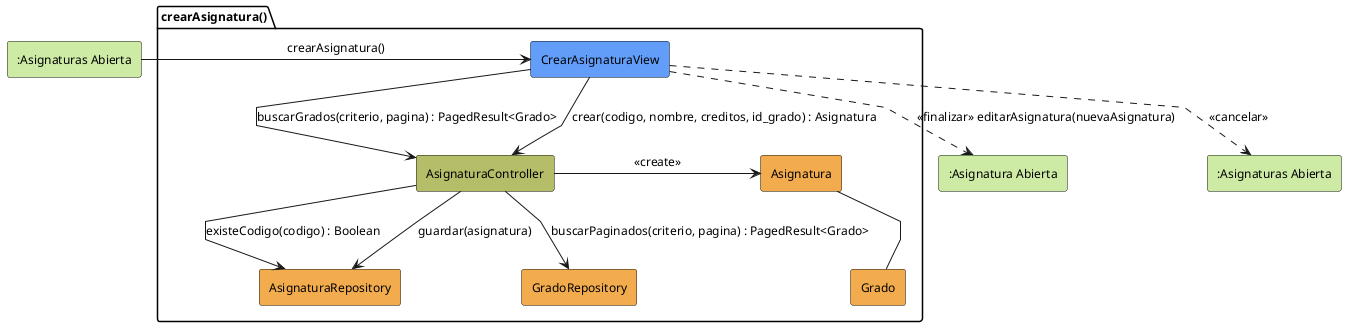
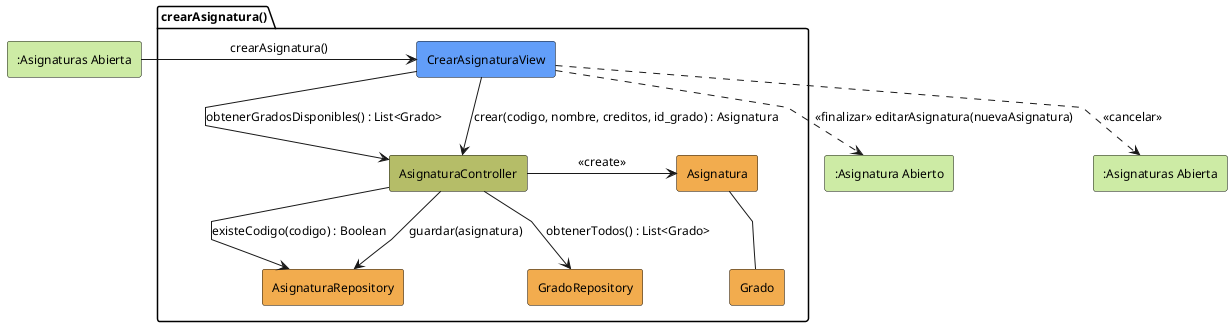
@startuml crearAsignatura-analisis
skinparam backgroundColor white
skinparam shadowing false
skinparam DefaultFontColor black
skinparam DefaultFontSize 12
skinparam linetype polyline

rectangle #CDEBA5 ":Asignaturas Abierta" as AsignaturasAbierto

package crearAsignatura as "crearAsignatura()" {
    rectangle #629EF9 CrearAsignaturaView
    rectangle #b5bd68 AsignaturaController
    rectangle #F2AC4E AsignaturaRepository
    rectangle #F2AC4E GradoRepository
    rectangle #F2AC4E Asignatura
    rectangle #F2AC4E Grado
}

- rectangle #CDEBA5 ":Asignatura Abierta" as AsignaturaAbierto
+ rectangle #CDEBA5 ":Asignatura Abierto" as AsignaturaAbierto
rectangle #CDEBA5 ":Asignaturas Abierta" as AsignaturasAbiertoSalida

AsignaturasAbierto -r-> CrearAsignaturaView: crearAsignatura()

- CrearAsignaturaView -d-> AsignaturaController: buscarGrados(criterio, pagina) : PagedResult<Grado>
- AsignaturaController -d-> GradoRepository: buscarPaginados(criterio, pagina) : PagedResult<Grado>
+ CrearAsignaturaView -d-> AsignaturaController: obtenerGradosDisponibles() : List<Grado>
+ AsignaturaController -d-> GradoRepository: obtenerTodos() : List<Grado>

CrearAsignaturaView -d-> AsignaturaController: crear(codigo, nombre, creditos, id_grado) : Asignatura

AsignaturaController -d-> AsignaturaRepository: existeCodigo(codigo) : Boolean
AsignaturaController -r-> Asignatura: <<create>>
AsignaturaController -d-> AsignaturaRepository: guardar(asignatura)

Asignatura -- Grado

CrearAsignaturaView ..> AsignaturaAbierto: <<finalizar>> editarAsignatura(nuevaAsignatura)
CrearAsignaturaView ..> AsignaturasAbiertoSalida: <<cancelar>>

@enduml
